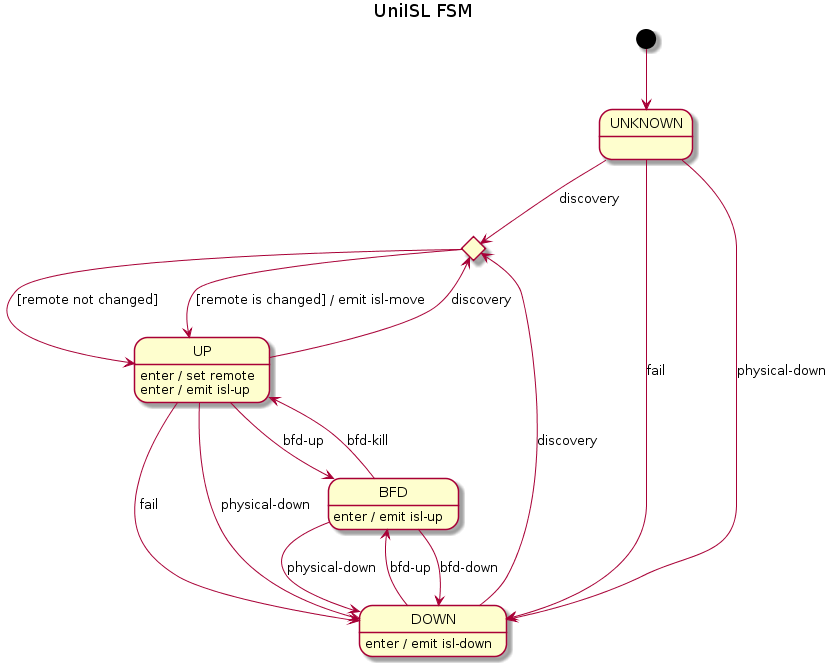
Earlier version of the PlantUML export docs/design/network-discovery/uni-isl-FSM.png (telstra/open-kilda).
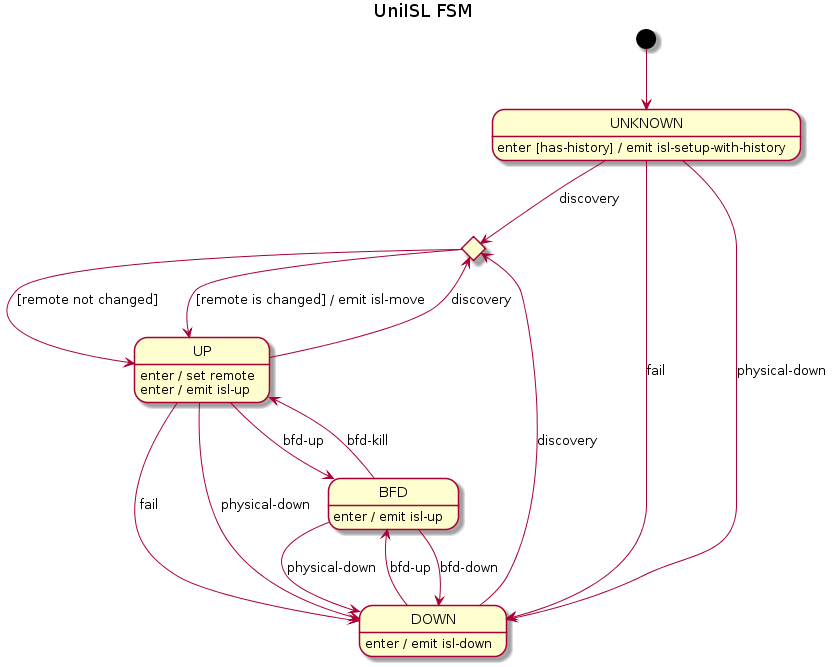
The same file after the commit.

Change to the diagram source:
```diff
@@ -8,6 +8,7 @@
 UNKNOWN --> moveChoice : discovery
 UNKNOWN --> DOWN : fail
 UNKNOWN --> DOWN : physical-down
+UNKNOWN : enter [has-history] / emit isl-setup-with-history
 
 UP --> moveChoice : discovery
 UP --> DOWN : fail
```
